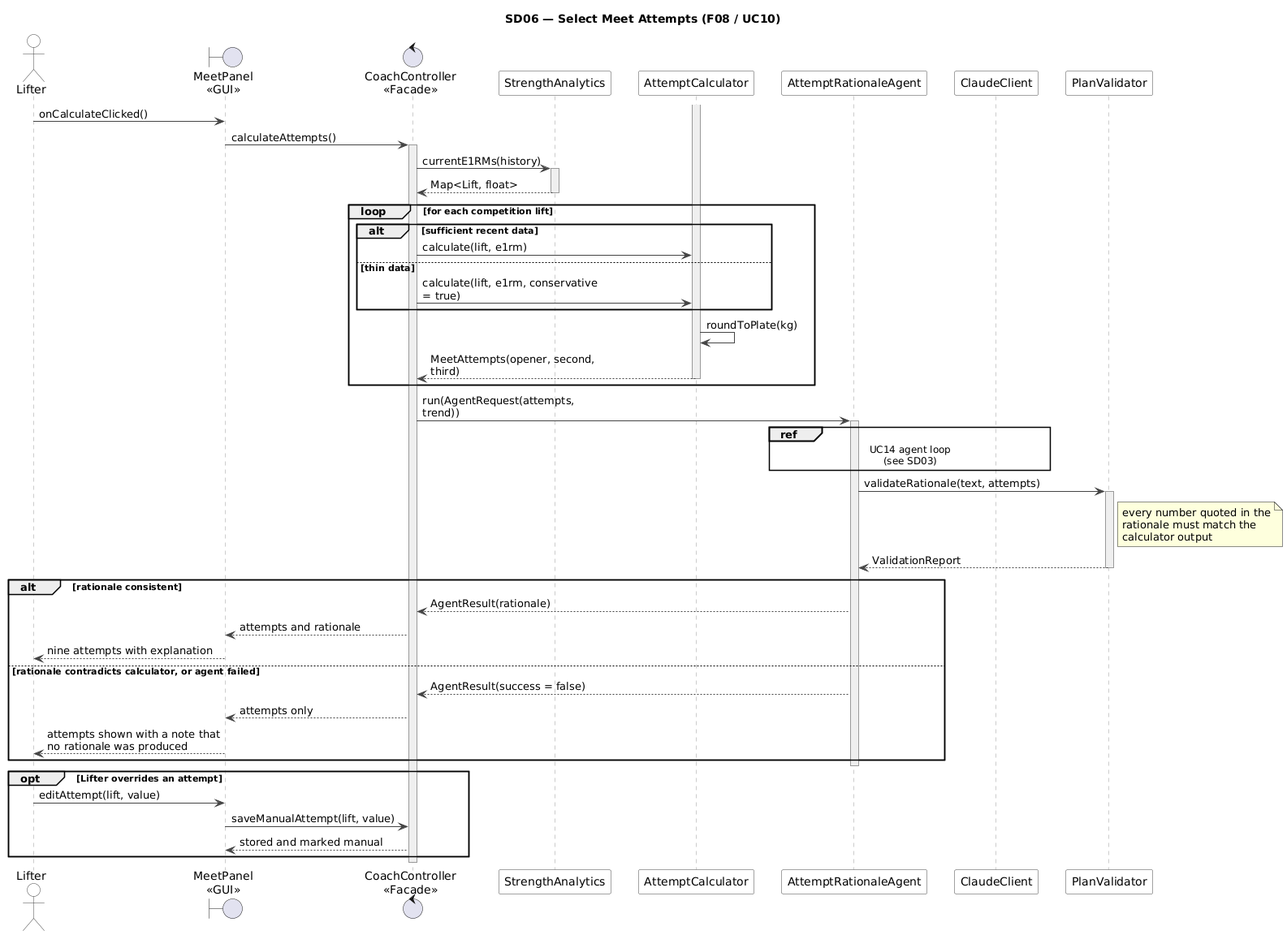
The PlantUML diagram diagrams/sequence/SD06-meet-attempts.png in devparikh28/EECS-3311-Project--Spotter, before a commit.
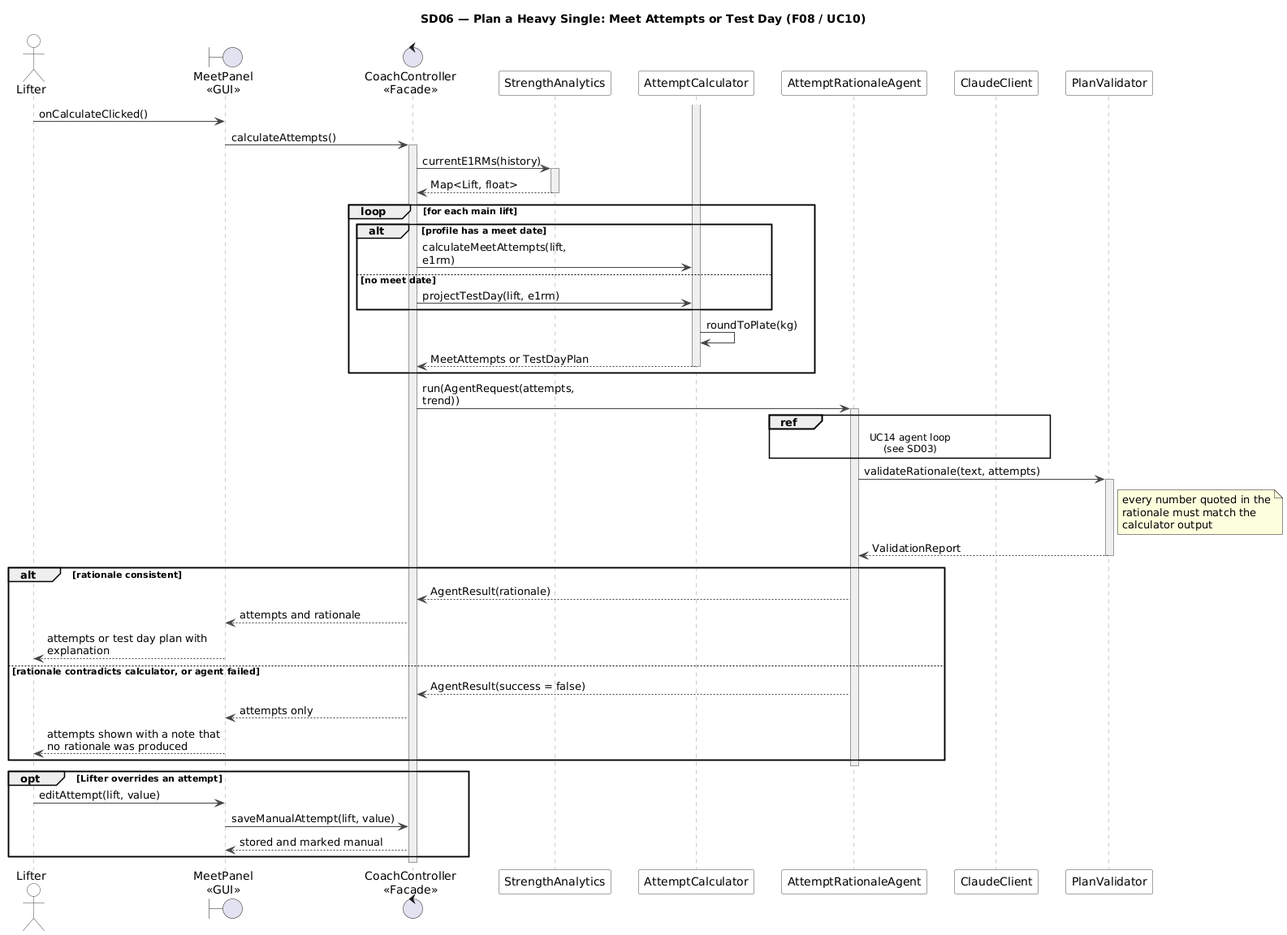
After the change.

Diff of the diagram source:
```diff
@@ -1,6 +1,6 @@
 @startuml SD06-meet-attempts
 !include _style.iuml
-title SD06 — Select Meet Attempts (F08 / UC10)
+title SD06 — Plan a Heavy Single: Meet Attempts or Test Day (F08 / UC10)
 
 actor Lifter
 boundary "MeetPanel\n<<GUI>>" as UI
@@ -19,15 +19,15 @@
 Analytics --> Ctrl : Map<Lift, float>
 deactivate Analytics
 
-loop for each competition lift
-  alt sufficient recent data
-    Ctrl -> Calc : calculate(lift, e1rm)
-  else thin data
-    Ctrl -> Calc : calculate(lift, e1rm, conservative = true)
+loop for each main lift
+  alt profile has a meet date
+    Ctrl -> Calc : calculateMeetAttempts(lift, e1rm)
+  else no meet date
+    Ctrl -> Calc : projectTestDay(lift, e1rm)
   end
   activate Calc
   Calc -> Calc : roundToPlate(kg)
-  Calc --> Ctrl : MeetAttempts(opener, second, third)
+  Calc --> Ctrl : MeetAttempts or TestDayPlan
   deactivate Calc
 end
 
@@ -47,7 +47,7 @@
 alt rationale consistent
   Agent --> Ctrl : AgentResult(rationale)
   Ctrl --> UI : attempts and rationale
-  UI --> Lifter : nine attempts with explanation
+  UI --> Lifter : attempts or test day plan with explanation
 else rationale contradicts calculator, or agent failed
   Agent --> Ctrl : AgentResult(success = false)
   Ctrl --> UI : attempts only
```
